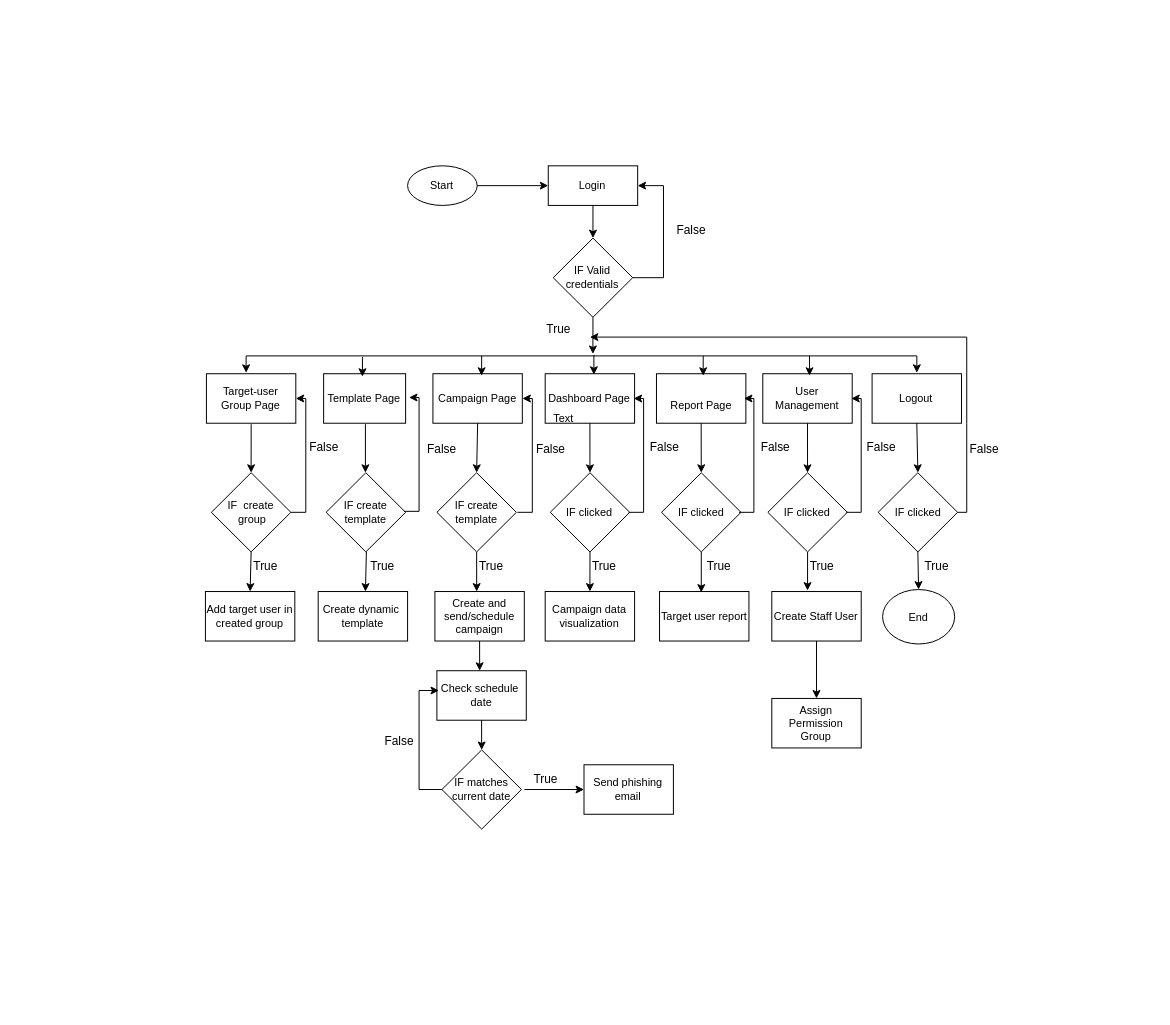
Above: Untitled Diagram.drawio in jonamadk/DrawIO (draw.io), before the change. Source tidied: cells renumbered, new cells numbered last; positions are measured from the earlier drawing's top-left corner, leaving out a move shared by most shapes. Both pictures are drawn from the tidied source at 99%, with x=0, y=0 at pixel (205, 165).
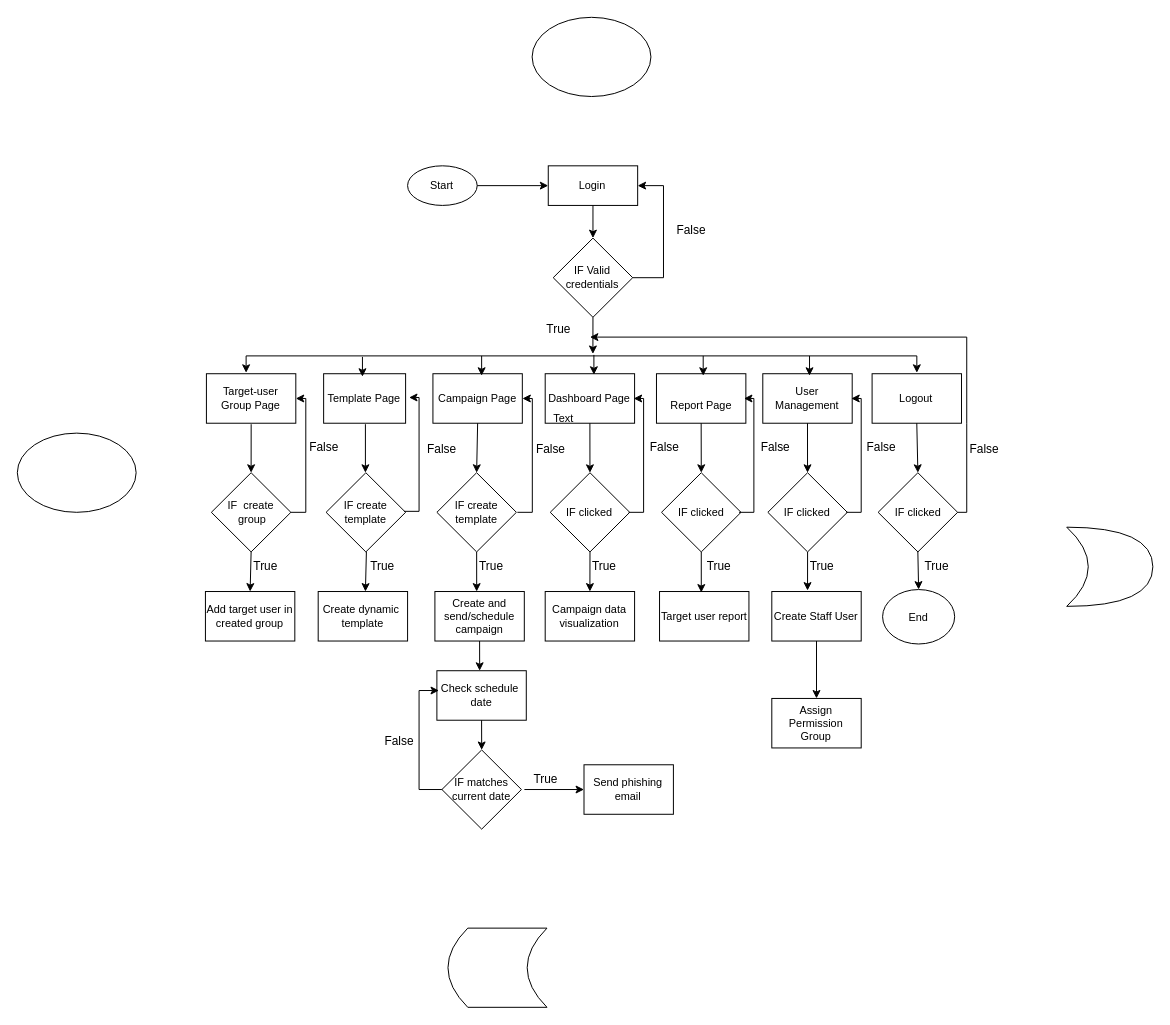
The same page after the edit.

Change to the diagram source:
```diff
@@
     <mxCell id="2" style="group;" parent="1" vertex="1">
-      <mxGeometry width="829" height="670" as="geometry" />
+      <mxGeometry width="877" height="670" as="geometry" />
     </mxCell>
@@
+    <mxCell id="86" style="ellipse;whiteSpace=wrap;html=1;fontSize=12;strokeWidth=1;" parent="1" vertex="1">
+      <mxGeometry x="330" y="-150" width="120" height="80" as="geometry" />
+    </mxCell>
+    <mxCell id="87" style="ellipse;whiteSpace=wrap;html=1;fontSize=12;strokeWidth=1;" parent="1" vertex="1">
+      <mxGeometry x="-190" y="270" width="120" height="80" as="geometry" />
+    </mxCell>
+    <mxCell id="88" style="shape=dataStorage;whiteSpace=wrap;html=1;fixedSize=1;fontSize=12;strokeWidth=1;" parent="1" vertex="1">
+      <mxGeometry x="245" y="770" width="100" height="80" as="geometry" />
+    </mxCell>
+    <mxCell id="89" style="shape=xor;whiteSpace=wrap;html=1;fontSize=12;strokeWidth=1;" parent="1" vertex="1">
+      <mxGeometry x="870" y="365" width="87" height="80" as="geometry" />
+    </mxCell>
```
